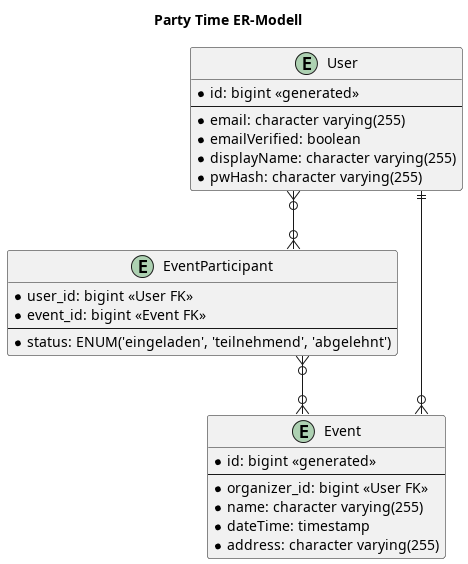
party-time-2/party-time keeps this PlantUML diagram as docs/PNG/ER-Modell/er-model.png. Above is the earlier version.
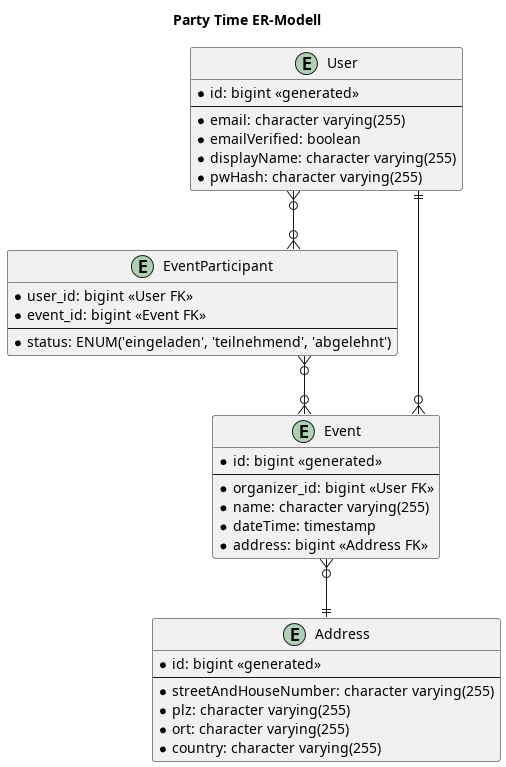
The same diagram one commit later.

Commit message:
er-model extension

What changed in the source:
```diff
@@ -24,10 +24,20 @@
     * organizer_id: bigint <<User FK>>
     * name: character varying(255)
     * dateTime: timestamp
-    * address: character varying(255)
+    * address: bigint <<Address FK>>
+}
+
+entity Address {
+    * id: bigint <<generated>>
+    --
+    * streetAndHouseNumber: character varying(255)
+    * plz: character varying(255)
+    * ort: character varying(255)
+    * country: character varying(255)
 }
 
 User ||--o{ Event
 User }o--o{ EventParticipant
 EventParticipant }o--o{ Event
+Event }o--|| Address
 @enduml
```
